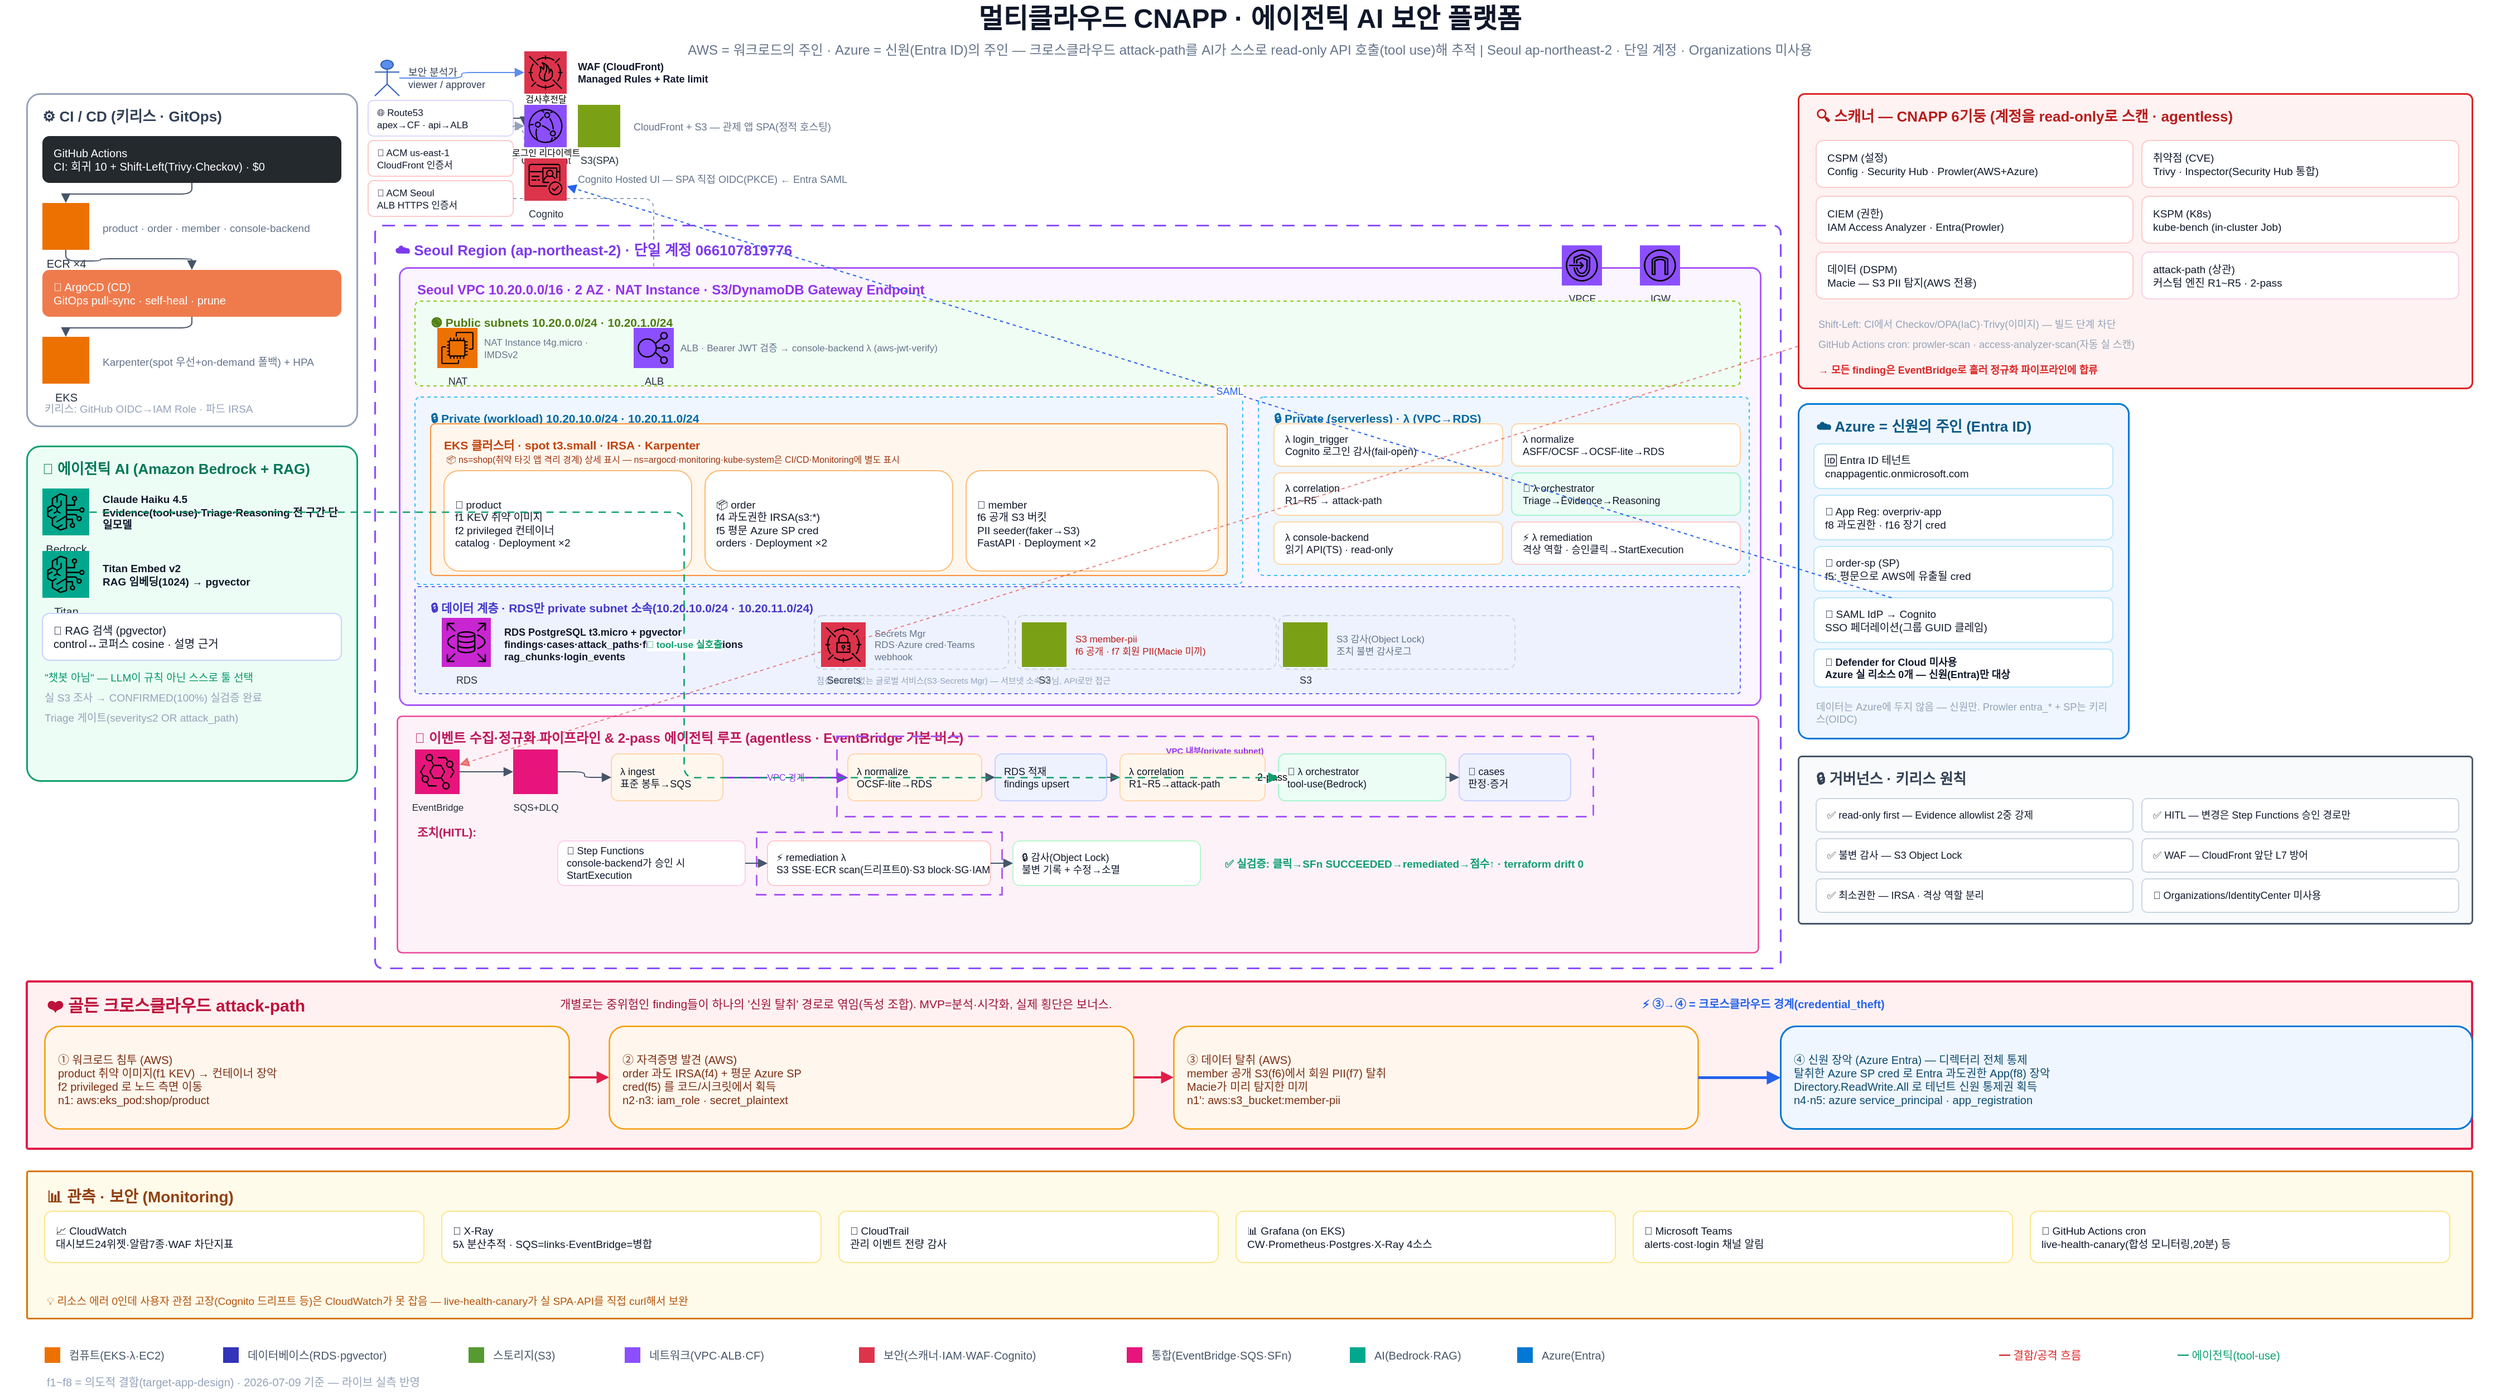
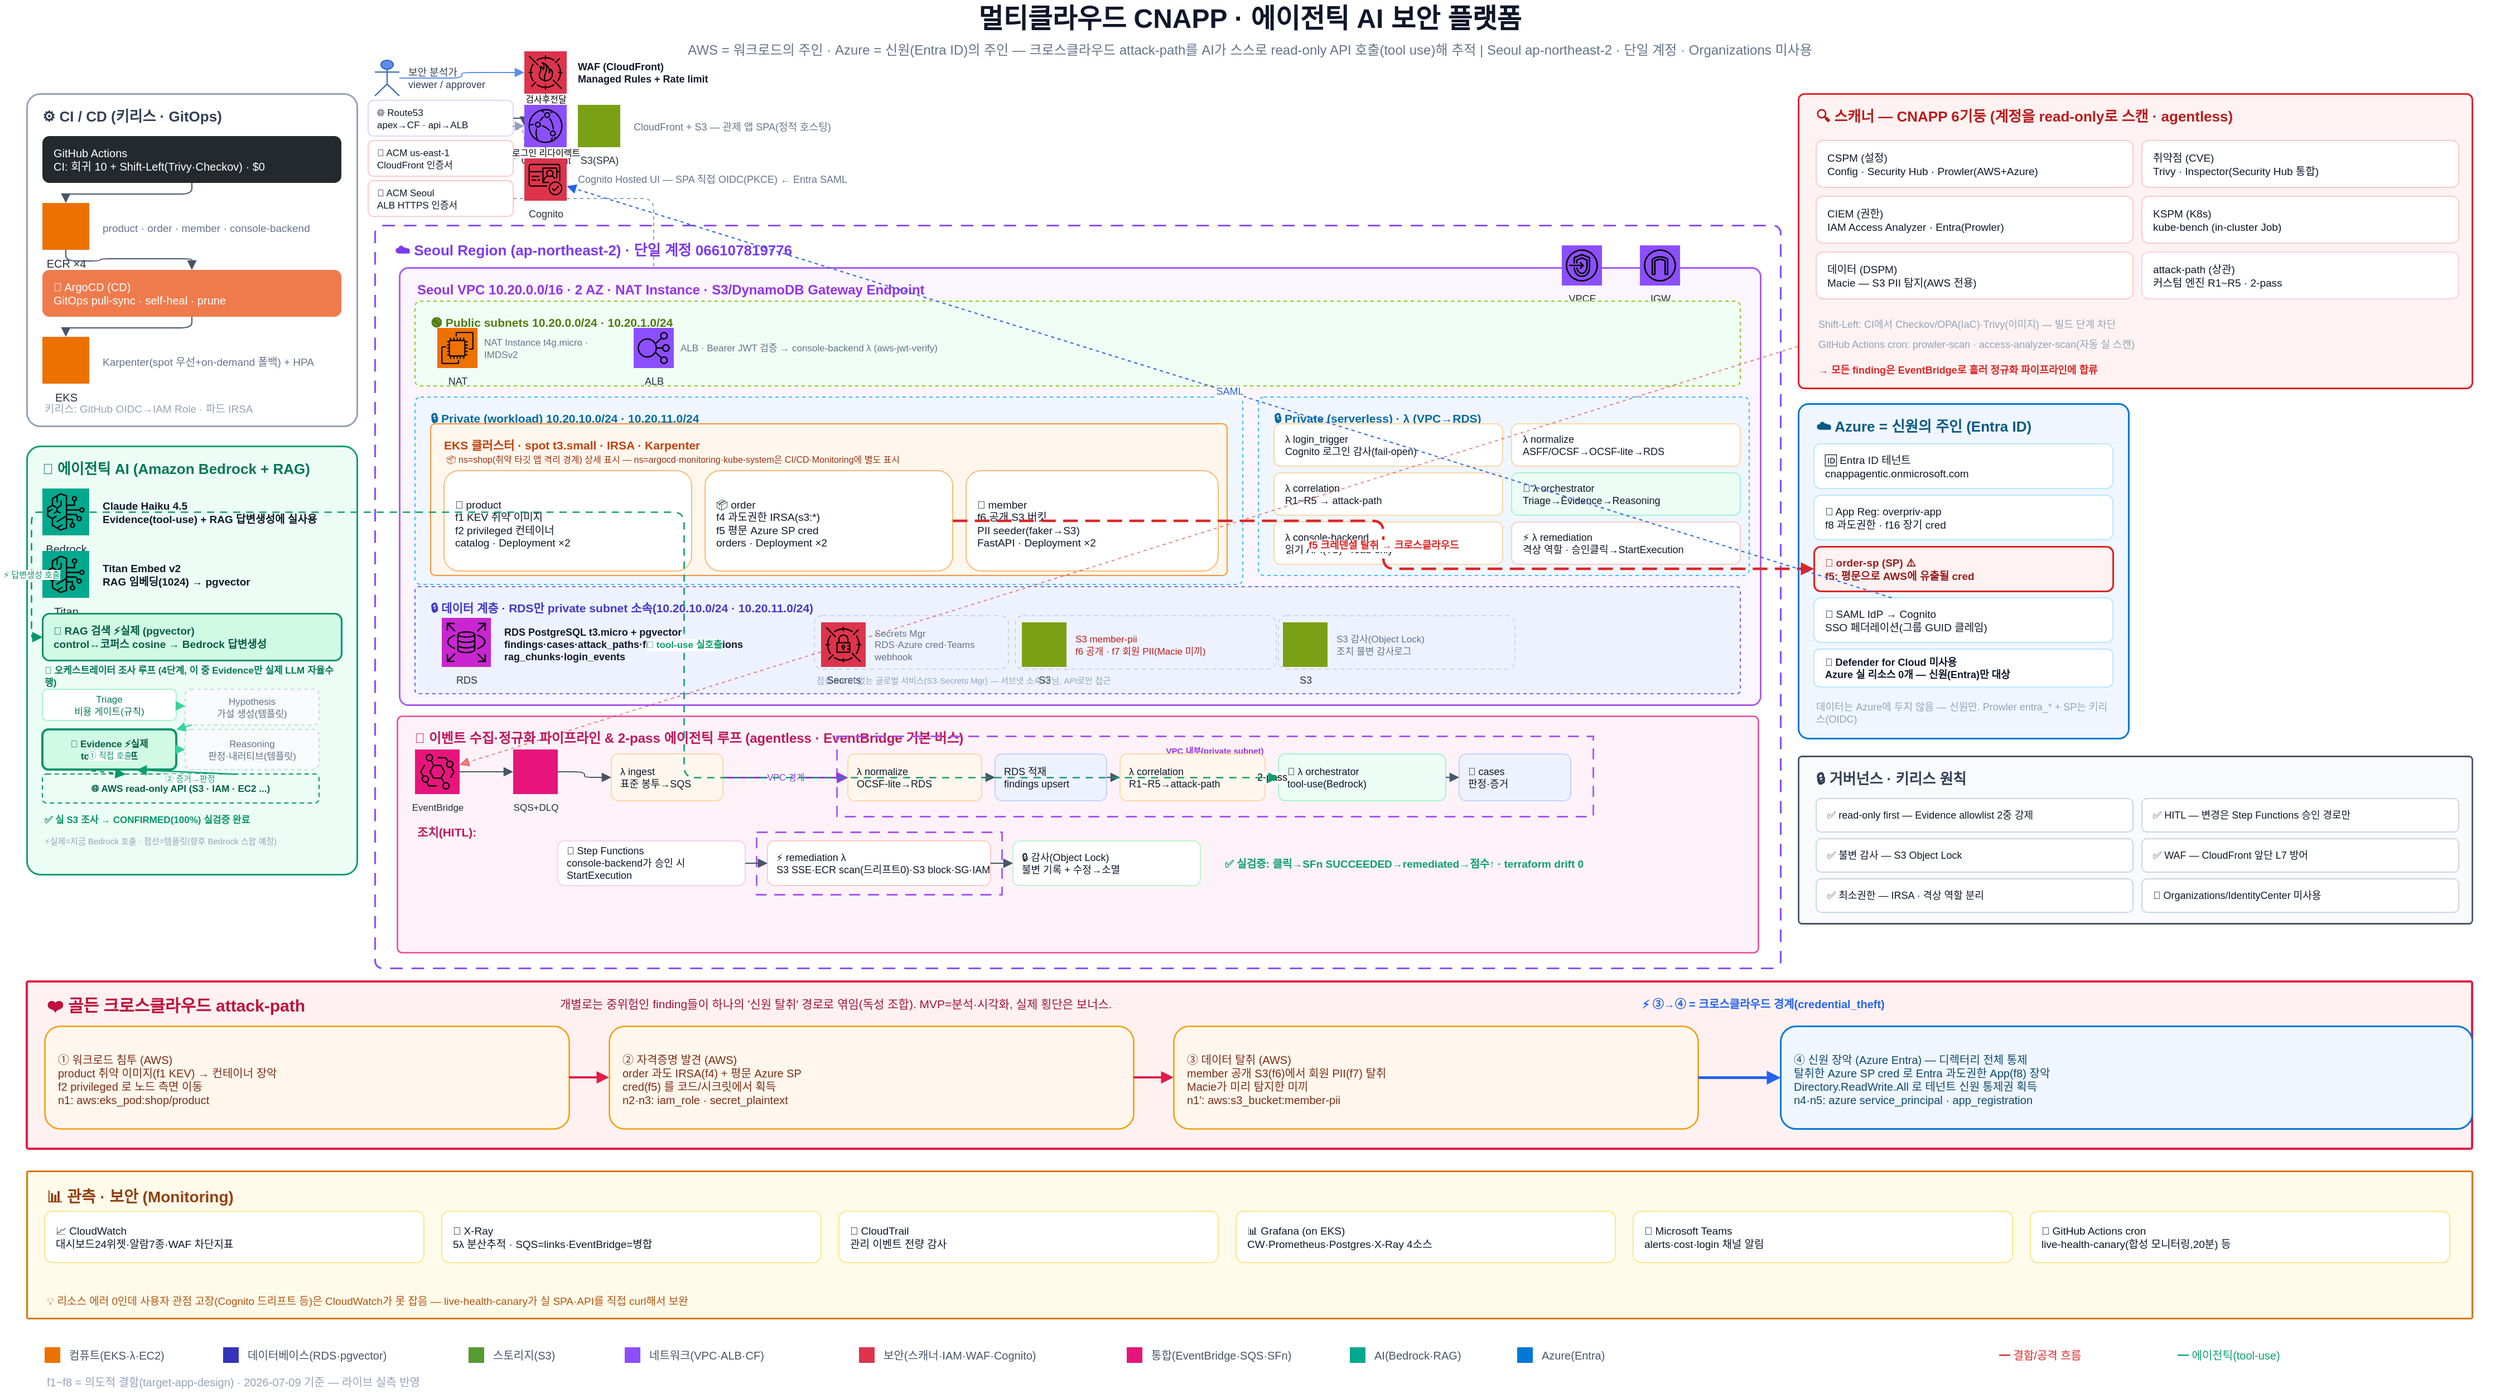
<mxfile host="Electron" agent="claude-code">
  <diagram id="cnapp-overview-v2" name="CNAPP 전체 개요">
-     <mxGraphModel dx="1178" dy="701" grid="1" gridSize="10" guides="1" tooltips="1" connect="1" arrows="1" fold="1" page="1" pageScale="1" pageWidth="2240" pageHeight="1260" math="0" shadow="0">
+     <mxGraphModel dx="544" dy="323" grid="1" gridSize="10" guides="1" tooltips="1" connect="1" arrows="1" fold="1" page="1" pageScale="1" pageWidth="2240" pageHeight="1260" math="0" shadow="0">
      <root>
        <mxCell id="0" />
        <mxCell id="1" parent="0" />
        <mxCell id="title" parent="1" style="text;html=1;fontSize=24;fontStyle=1;align=center;verticalAlign=middle;fontColor=#0F172A;" value="멀티클라우드 CNAPP · 에이전틱 AI 보안 플랫폼" vertex="1">
          <mxGeometry height="34" width="2240" y="4" as="geometry" />
        </mxCell>
        <mxCell id="subtitle" parent="1" style="text;html=1;fontSize=12;align=center;verticalAlign=middle;fontColor=#64748B;" value="AWS = 워크로드의 주인 · Azure = 신원(Entra ID)의 주인 — 크로스클라우드 attack-path를 AI가 스스로 read-only API 호출(tool use)해 추적 | Seoul ap-northeast-2 · 단일 계정 · Organizations 미사용" vertex="1">
          <mxGeometry height="22" width="2240" y="38" as="geometry" />
        </mxCell>
        <mxCell id="Z_CICD" parent="1" style="rounded=1;arcSize=4;whiteSpace=wrap;html=1;fillColor=#FFFFFF;strokeColor=#94A3B8;strokeWidth=1.5;verticalAlign=top;align=left;spacingLeft=12;spacingTop=6;fontStyle=1;fontSize=13;fontColor=#334155;" value="⚙️ CI / CD  (키리스 · GitOps)" vertex="1">
          <mxGeometry height="298" width="296" x="24" y="88" as="geometry" />
        </mxCell>
        <mxCell id="GHA" parent="1" style="rounded=1;whiteSpace=wrap;html=1;fillColor=#24292E;strokeColor=none;fontColor=#FFFFFF;fontSize=10;align=left;spacingLeft=8;" value="GitHub Actions&#xa;CI: 회귀 10 + Shift-Left(Trivy·Checkov) · $0" vertex="1">
          <mxGeometry height="42" width="268" x="38" y="126" as="geometry" />
        </mxCell>
        <mxCell id="ECR" parent="1" style="sketch=0;outlineConnect=0;fontColor=#232F3E;gradientColor=none;fillColor=#ED7100;strokeColor=none;verticalLabelPosition=bottom;verticalAlign=top;align=center;html=1;fontSize=10;aspect=fixed;shape=mxgraph.aws4.resourceIcon;resIcon=mxgraph.aws4.elastic_container_registry;" value="ECR ×4" vertex="1">
          <mxGeometry height="42" width="42" x="38" y="186" as="geometry" />
        </mxCell>
        <mxCell id="ECR_TXT" parent="1" style="text;html=1;whiteSpace=wrap;align=left;verticalAlign=middle;fontSize=9.5;fontColor=#64748B;" value="product · order · member · console-backend" vertex="1">
          <mxGeometry height="24" width="216" x="90" y="196" as="geometry" />
        </mxCell>
        <mxCell id="ARGO" parent="1" style="rounded=1;whiteSpace=wrap;html=1;fillColor=#EF7B4D;strokeColor=none;fontColor=#FFFFFF;fontSize=10;align=left;spacingLeft=8;" value="🚢 ArgoCD (CD)&#xa;GitOps pull-sync · self-heal · prune" vertex="1">
          <mxGeometry height="42" width="268" x="38" y="246" as="geometry" />
        </mxCell>
        <mxCell id="EKS" parent="1" style="sketch=0;outlineConnect=0;fontColor=#232F3E;gradientColor=none;fillColor=#ED7100;strokeColor=none;verticalLabelPosition=bottom;verticalAlign=top;align=center;html=1;fontSize=10;aspect=fixed;shape=mxgraph.aws4.resourceIcon;resIcon=mxgraph.aws4.elastic_kubernetes_service;" value="EKS" vertex="1">
          <mxGeometry height="42" width="42" x="38" y="306" as="geometry" />
        </mxCell>
        <mxCell id="EKS_TXT" parent="1" style="text;html=1;whiteSpace=wrap;align=left;verticalAlign=middle;fontSize=9.5;fontColor=#64748B;" value="Karpenter(spot 우선+on-demand 폴백) + HPA" vertex="1">
          <mxGeometry height="24" width="216" x="90" y="316" as="geometry" />
        </mxCell>
        <mxCell id="CICD_NOTE" parent="1" style="text;html=1;whiteSpace=wrap;align=left;verticalAlign=middle;fontSize=9.5;fontColor=#94A3B8;" value="키리스: GitHub OIDC→IAM Role · 파드 IRSA" vertex="1">
          <mxGeometry height="20" width="268" x="38" y="360" as="geometry" />
        </mxCell>
        <mxCell id="e_c1" edge="1" parent="1" source="GHA" style="edgeStyle=orthogonalEdgeStyle;rounded=1;html=1;endArrow=block;strokeColor=#475569;" target="ECR">
          <mxGeometry relative="1" as="geometry" />
        </mxCell>
        <mxCell id="e_c2" edge="1" parent="1" source="ECR" style="edgeStyle=orthogonalEdgeStyle;rounded=1;html=1;endArrow=block;strokeColor=#475569;" target="ARGO">
          <mxGeometry relative="1" as="geometry" />
        </mxCell>
        <mxCell id="e_c3" edge="1" parent="1" source="ARGO" style="edgeStyle=orthogonalEdgeStyle;rounded=1;html=1;endArrow=block;strokeColor=#475569;" target="EKS">
          <mxGeometry relative="1" as="geometry" />
        </mxCell>
        <mxCell id="Z_AI" parent="1" style="rounded=1;arcSize=4;whiteSpace=wrap;html=1;fillColor=#ECFDF5;strokeColor=#0E9F6E;strokeWidth=1.5;verticalAlign=top;align=left;spacingLeft=12;spacingTop=6;fontStyle=1;fontSize=13;fontColor=#047857;" value="🧠 에이전틱 AI  (Amazon Bedrock + RAG)" vertex="1">
-           <mxGeometry height="300" width="296" x="24" y="404" as="geometry" />
+           <mxGeometry height="384" width="296" x="24" y="404" as="geometry" />
        </mxCell>
        <mxCell id="BR" parent="1" style="sketch=0;outlineConnect=0;fontColor=#232F3E;gradientColor=none;fillColor=#01A88D;strokeColor=none;verticalLabelPosition=bottom;verticalAlign=top;align=center;html=1;fontSize=10;aspect=fixed;shape=mxgraph.aws4.resourceIcon;resIcon=mxgraph.aws4.bedrock;" value="Bedrock" vertex="1">
          <mxGeometry height="42" width="42" x="38" y="442" as="geometry" />
        </mxCell>
-         <mxCell id="BR_TXT" parent="1" style="text;html=1;whiteSpace=wrap;align=left;verticalAlign=middle;fontSize=9.5;fontColor=#0F172A;fontStyle=1;" value="Claude Haiku 4.5&#xa;Evidence(tool-use)·Triage·Reasoning 전 구간 단일모델" vertex="1">
+         <mxCell id="BR_TXT" parent="1" style="text;html=1;whiteSpace=wrap;align=left;verticalAlign=middle;fontSize=9.5;fontColor=#0F172A;fontStyle=1;" value="Claude Haiku 4.5&#xa;Evidence(tool-use) + RAG 답변생성에 실사용" vertex="1">
          <mxGeometry height="46" width="216" x="90" y="440" as="geometry" />
        </mxCell>
        <mxCell id="TITAN" parent="1" style="sketch=0;outlineConnect=0;fontColor=#232F3E;gradientColor=none;fillColor=#01A88D;strokeColor=none;verticalLabelPosition=bottom;verticalAlign=top;align=center;html=1;fontSize=10;aspect=fixed;shape=mxgraph.aws4.resourceIcon;resIcon=mxgraph.aws4.bedrock;" value="Titan" vertex="1">
          <mxGeometry height="42" width="42" x="38" y="498" as="geometry" />
        </mxCell>
        <mxCell id="TITAN_TXT" parent="1" style="text;html=1;whiteSpace=wrap;align=left;verticalAlign=middle;fontSize=9.5;fontColor=#0F172A;fontStyle=1;" value="Titan Embed v2&#xa;RAG 임베딩(1024) → pgvector" vertex="1">
          <mxGeometry height="38" width="216" x="90" y="500" as="geometry" />
        </mxCell>
-         <mxCell id="RAGBOX" parent="1" style="rounded=1;whiteSpace=wrap;html=1;fillColor=#FFFFFF;strokeColor=#C7D2FE;fontColor=#0F172A;fontSize=10;align=left;spacingLeft=8;" value="🔎 RAG 검색 (pgvector)&#xa;control↔코퍼스 cosine · 설명 근거" vertex="1">
+         <mxCell id="RAGBOX" parent="1" style="rounded=1;whiteSpace=wrap;html=1;fillColor=#D1FAE5;strokeColor=#059669;strokeWidth=1.6;fontColor=#065F46;fontStyle=1;fontSize=9.5;align=left;spacingLeft=8;" value="🔎 RAG 검색 ⚡실제 (pgvector)&#xa;control↔코퍼스 cosine → Bedrock 답변생성" vertex="1">
          <mxGeometry height="42" width="268" x="38" y="554" as="geometry" />
        </mxCell>
-         <mxCell id="AI_N1" parent="1" style="text;html=1;whiteSpace=wrap;align=left;verticalAlign=middle;fontSize=9.5;fontColor=#059669;" value="&quot;챗봇 아님&quot; — LLM이 규칙 아닌 스스로 툴 선택" vertex="1">
-           <mxGeometry height="18" width="268" x="38" y="602" as="geometry" />
-         </mxCell>
-         <mxCell id="AI_N2" parent="1" style="text;html=1;whiteSpace=wrap;align=left;verticalAlign=middle;fontSize=9.5;fontColor=#94A3B8;" value="실 S3 조사 → CONFIRMED(100%) 실검증 완료" vertex="1">
-           <mxGeometry height="18" width="268" x="38" y="620" as="geometry" />
-         </mxCell>
-         <mxCell id="AI_N4" parent="1" style="text;html=1;whiteSpace=wrap;align=left;verticalAlign=middle;fontSize=9.5;fontColor=#94A3B8;" value="Triage 게이트(severity≤2 OR attack_path)" vertex="1">
-           <mxGeometry height="18" width="268" x="38" y="638" as="geometry" />
+         <mxCell id="AI_LOOP_TITLE" parent="1" style="text;html=1;whiteSpace=wrap;align=left;verticalAlign=middle;fontSize=8.5;fontStyle=1;fontColor=#047857;" value="🔁 오케스트레이터 조사 루프 (4단계, 이 중 Evidence만 실제 LLM 자율수행)" vertex="1">
+           <mxGeometry height="16" width="268" x="38" y="602" as="geometry" />
+         </mxCell>
+         <mxCell id="AI_TRIAGE" parent="1" style="rounded=1;whiteSpace=wrap;html=1;fillColor=#FFFFFF;strokeColor=#A7F3D0;fontColor=#047857;fontSize=8.5;align=center;verticalAlign=middle;" value="Triage&#xa;비용 게이트(규칙)" vertex="1">
+           <mxGeometry height="28" width="120" x="38" y="622" as="geometry" />
+         </mxCell>
+         <mxCell id="AI_HYPO" parent="1" style="rounded=1;whiteSpace=wrap;html=1;fillColor=#F8FAFC;strokeColor=#CBD5E1;dashed=1;fontColor=#64748B;fontSize=8.5;align=center;verticalAlign=middle;" value="Hypothesis&#xa;가설 생성(템플릿)" vertex="1">
+           <mxGeometry height="32" width="120" x="166" y="622" as="geometry" />
+         </mxCell>
+         <mxCell id="AI_EVID" parent="1" style="rounded=1;whiteSpace=wrap;html=1;fillColor=#D1FAE5;strokeColor=#059669;strokeWidth=2;fontStyle=1;fontColor=#065F46;fontSize=8.5;align=center;verticalAlign=middle;" value="🔧 Evidence ⚡실제&#xa;tool-use 루프" vertex="1">
+           <mxGeometry height="36" width="120" x="38" y="658" as="geometry" />
+         </mxCell>
+         <mxCell id="AI_REASON" parent="1" style="rounded=1;whiteSpace=wrap;html=1;fillColor=#F8FAFC;strokeColor=#CBD5E1;dashed=1;fontColor=#64748B;fontSize=8.5;align=center;verticalAlign=middle;" value="Reasoning&#xa;판정·내러티브(템플릿)" vertex="1">
+           <mxGeometry height="36" width="120" x="166" y="658" as="geometry" />
+         </mxCell>
+         <mxCell id="e_loop1" edge="1" parent="1" source="AI_TRIAGE" style="edgeStyle=none;rounded=0;html=1;endArrow=block;strokeColor=#34D399;strokeWidth=1;" target="AI_HYPO">
+           <mxGeometry relative="1" as="geometry" />
+         </mxCell>
+         <mxCell id="e_loop2" edge="1" parent="1" source="AI_HYPO" style="edgeStyle=none;rounded=0;html=1;endArrow=block;strokeColor=#34D399;strokeWidth=1;" target="AI_EVID">
+           <mxGeometry relative="1" as="geometry" />
+         </mxCell>
+         <mxCell id="e_loop3" edge="1" parent="1" source="AI_EVID" style="edgeStyle=none;rounded=0;html=1;endArrow=block;strokeColor=#34D399;strokeWidth=1;" target="AI_REASON">
+           <mxGeometry relative="1" as="geometry" />
+         </mxCell>
+         <mxCell id="AI_TOOLTARGET" parent="1" style="rounded=1;whiteSpace=wrap;html=1;fillColor=#ECFDF5;strokeColor=#059669;dashed=1;dashPattern=4 3;fontStyle=1;fontColor=#065F46;fontSize=8.5;align=center;verticalAlign=middle;" value="🌐 AWS read-only API (S3 · IAM · EC2 ...)" vertex="1">
+           <mxGeometry height="26" width="248" x="38" y="698" as="geometry" />
+         </mxCell>
+         <mxCell id="e_toolcall" edge="1" parent="1" source="AI_EVID" style="edgeStyle=none;curved=1;rounded=0;html=1;endArrow=block;dashed=1;strokeColor=#059669;strokeWidth=1.3;fontSize=7.5;fontColor=#059669;exitX=0.3;exitY=1;exitDx=0;exitDy=0;entryX=0.3;entryY=0;entryDx=0;entryDy=0;" target="AI_TOOLTARGET" value="① 직접 호출">
+           <mxGeometry relative="1" x="0.1938" y="15" as="geometry">
+             <mxPoint as="offset" />
+           </mxGeometry>
+         </mxCell>
+         <mxCell id="e_toolback" edge="1" parent="1" source="AI_TOOLTARGET" style="edgeStyle=none;curved=1;rounded=0;html=1;endArrow=block;strokeColor=#0E9F6E;strokeWidth=1.3;fontSize=7.5;fontColor=#0E9F6E;exitX=0.7;exitY=0;exitDx=0;exitDy=0;entryX=0.7;entryY=1;entryDx=0;entryDy=0;" target="AI_EVID" value="② 증거→판정">
+           <mxGeometry relative="1" x="-0.0827" y="6" as="geometry">
+             <mxPoint as="offset" />
+           </mxGeometry>
+         </mxCell>
+         <mxCell id="AI_VALID" parent="1" style="text;html=1;whiteSpace=wrap;align=left;verticalAlign=middle;fontSize=8.5;fontStyle=1;fontColor=#059669;" value="✅ 실 S3 조사 → CONFIRMED(100%) 실검증 완료" vertex="1">
+           <mxGeometry height="18" width="268" x="38" y="730" as="geometry" />
+         </mxCell>
+         <mxCell id="AI_LEGEND" parent="1" style="text;html=1;whiteSpace=wrap;align=left;verticalAlign=middle;fontSize=7.5;fontColor=#94A3B8;" value="⚡실제=지금 Bedrock 호출 · 점선=템플릿(향후 Bedrock 스왑 예정)" vertex="1">
+           <mxGeometry height="16" width="268" x="38" y="750" as="geometry" />
+         </mxCell>
+         <mxCell id="e_br_rag" edge="1" parent="1" source="BR" target="RAGBOX" value="⚡ 답변생성 호출" style="edgeStyle=orthogonalEdgeStyle;rounded=1;html=1;endArrow=block;dashed=1;dashPattern=5 4;strokeColor=#059669;strokeWidth=1.3;fontSize=7.5;fontColor=#059669;exitX=0;exitY=0.5;exitDx=0;exitDy=0;entryX=0;entryY=0.5;entryDx=0;entryDy=0;">
+           <mxGeometry relative="1" as="geometry" />
        </mxCell>
        <mxCell id="USER" parent="1" style="shape=umlActor;html=1;outlineConnect=0;fillColor=#5B8DEF;strokeColor=#2B5FB3;" value="" vertex="1">
          <mxGeometry height="32" width="22" x="336" y="58" as="geometry" />
        </mxCell>
        <mxCell id="USER_TXT" parent="1" style="text;html=1;whiteSpace=wrap;align=left;verticalAlign=middle;fontSize=9;fontColor=#334155;" value="보안 분석가&#xa;viewer / approver" vertex="1">
          <mxGeometry height="32" width="100" x="364" y="58" as="geometry" />
        </mxCell>
        <mxCell id="ROUTE53" parent="1" style="rounded=1;whiteSpace=wrap;html=1;fillColor=#FFFFFF;strokeColor=#DDD6FE;fontColor=#0F172A;fontSize=8.5;align=left;spacingLeft=6;verticalAlign=middle;" value="🌐 Route53&#xa;apex→CF · api→ALB" vertex="1">
          <mxGeometry height="32" width="130" x="330" y="94" as="geometry" />
        </mxCell>
        <mxCell id="ACM_CF" parent="1" style="rounded=1;whiteSpace=wrap;html=1;fillColor=#FFFFFF;strokeColor=#FECACA;fontColor=#0F172A;fontSize=8.5;align=left;spacingLeft=6;verticalAlign=middle;" value="📜 ACM us-east-1&#xa;CloudFront 인증서" vertex="1">
          <mxGeometry height="32" width="130" x="330" y="130" as="geometry" />
        </mxCell>
        <mxCell id="ACM_ALB" parent="1" style="rounded=1;whiteSpace=wrap;html=1;fillColor=#FFFFFF;strokeColor=#FECACA;fontColor=#0F172A;fontSize=8.5;align=left;spacingLeft=6;verticalAlign=middle;" value="📜 ACM Seoul&#xa;ALB HTTPS 인증서" vertex="1">
          <mxGeometry height="32" width="130" x="330" y="166" as="geometry" />
        </mxCell>
        <mxCell id="e_r53_cf" edge="1" parent="1" source="ROUTE53" style="edgeStyle=orthogonalEdgeStyle;rounded=1;html=1;endArrow=block;strokeColor=#475569;" target="CF">
          <mxGeometry relative="1" as="geometry" />
        </mxCell>
        <mxCell id="e_acmcf_cf" edge="1" parent="1" source="ACM_CF" style="edgeStyle=orthogonalEdgeStyle;rounded=1;html=1;endArrow=block;dashed=1;strokeColor=#94A3B8;" target="CF">
          <mxGeometry relative="1" as="geometry" />
        </mxCell>
        <mxCell id="e_acmalb_alb" edge="1" parent="1" source="ACM_ALB" style="edgeStyle=orthogonalEdgeStyle;rounded=1;html=1;endArrow=block;dashed=1;strokeColor=#94A3B8;" target="ALB">
          <mxGeometry relative="1" as="geometry" />
        </mxCell>
        <mxCell id="WAF" parent="1" style="sketch=0;outlineConnect=0;fontColor=#232F3E;gradientColor=none;fillColor=#DD344C;strokeColor=none;verticalLabelPosition=bottom;verticalAlign=top;align=center;html=1;fontSize=9;aspect=fixed;shape=mxgraph.aws4.resourceIcon;resIcon=mxgraph.aws4.waf;" value="WAF" vertex="1">
          <mxGeometry height="38" width="38" x="470" y="50" as="geometry" />
        </mxCell>
        <mxCell id="WAF_TXT" parent="1" style="text;html=1;whiteSpace=wrap;align=left;verticalAlign=middle;fontSize=9;fontColor=#0F172A;fontStyle=1;" value="WAF (CloudFront)&#xa;Managed Rules + Rate limit" vertex="1">
          <mxGeometry height="34" width="180" x="516" y="52" as="geometry" />
        </mxCell>
        <mxCell id="CF" parent="1" style="sketch=0;outlineConnect=0;fontColor=#232F3E;gradientColor=none;fillColor=#8C4FFF;strokeColor=none;verticalLabelPosition=bottom;verticalAlign=top;align=center;html=1;fontSize=9;aspect=fixed;shape=mxgraph.aws4.resourceIcon;resIcon=mxgraph.aws4.cloudfront;" value="CloudFront" vertex="1">
          <mxGeometry height="38" width="38" x="470" y="98" as="geometry" />
        </mxCell>
        <mxCell id="SPA" parent="1" style="sketch=0;outlineConnect=0;fontColor=#232F3E;gradientColor=none;fillColor=#7AA116;strokeColor=none;verticalLabelPosition=bottom;verticalAlign=top;align=center;html=1;fontSize=9;aspect=fixed;shape=mxgraph.aws4.resourceIcon;resIcon=mxgraph.aws4.simple_storage_service;" value="S3(SPA)" vertex="1">
          <mxGeometry height="38" width="38" x="518" y="98" as="geometry" />
        </mxCell>
        <mxCell id="CF_TXT" parent="1" style="text;html=1;whiteSpace=wrap;align=left;verticalAlign=middle;fontSize=9;fontColor=#64748B;" value="CloudFront + S3 — 관제 앱 SPA(정적 호스팅)" vertex="1">
          <mxGeometry height="24" width="200" x="566" y="106" as="geometry" />
        </mxCell>
        <mxCell id="COG" parent="1" style="sketch=0;outlineConnect=0;fontColor=#232F3E;gradientColor=none;fillColor=#DD344C;strokeColor=none;verticalLabelPosition=bottom;verticalAlign=top;align=center;html=1;fontSize=9;aspect=fixed;shape=mxgraph.aws4.resourceIcon;resIcon=mxgraph.aws4.cognito;" value="Cognito" vertex="1">
          <mxGeometry height="38" width="38" x="470" y="146" as="geometry" />
        </mxCell>
        <mxCell id="COG_TXT" parent="1" style="text;html=1;whiteSpace=wrap;align=left;verticalAlign=middle;fontSize=9;fontColor=#64748B;" value="Cognito Hosted UI — SPA 직접 OIDC(PKCE) ← Entra SAML" vertex="1">
          <mxGeometry height="38" width="250" x="516" y="146" as="geometry" />
        </mxCell>
        <mxCell id="e_u1" edge="1" parent="1" source="USER" style="edgeStyle=orthogonalEdgeStyle;rounded=1;html=1;endArrow=block;strokeColor=#5B8DEF;fontSize=9;" target="WAF">
          <mxGeometry relative="1" as="geometry" />
        </mxCell>
        <mxCell id="e_u2" edge="1" parent="1" source="WAF" style="edgeStyle=orthogonalEdgeStyle;rounded=1;html=1;endArrow=block;strokeColor=#DD344C;fontSize=8;" target="CF" value="검사후전달">
          <mxGeometry relative="1" as="geometry" />
        </mxCell>
        <mxCell id="e_u3" edge="1" parent="1" source="CF" style="edgeStyle=orthogonalEdgeStyle;rounded=1;html=1;endArrow=block;strokeColor=#475569;fontSize=8;" target="COG" value="로그인 리다이렉트">
          <mxGeometry relative="1" as="geometry" />
        </mxCell>
        <mxCell id="Z_REGION" parent="1" style="rounded=1;arcSize=1;whiteSpace=wrap;html=1;fillColor=none;strokeColor=#8C4FFF;strokeWidth=1.6;dashed=1;dashPattern=7 5;verticalAlign=top;align=left;spacingLeft=16;spacingTop=8;fontStyle=1;fontSize=13;fontColor=#7C3AED;" value="☁️ Seoul Region (ap-northeast-2) · 단일 계정 066107819776" vertex="1">
          <mxGeometry height="666" width="1260" x="336" y="206" as="geometry" />
        </mxCell>
        <mxCell id="Z_VPC" parent="1" style="rounded=1;arcSize=2;whiteSpace=wrap;html=1;fillColor=#FAF5FF;strokeColor=#A855F7;strokeWidth=1.4;verticalAlign=top;align=left;spacingLeft=14;spacingTop=6;fontStyle=1;fontSize=12;fontColor=#9333EA;" value="Seoul VPC 10.20.0.0/16 · 2 AZ · NAT Instance · S3/DynamoDB Gateway Endpoint" vertex="1">
          <mxGeometry height="392" width="1220" x="358" y="244" as="geometry" />
        </mxCell>
        <mxCell id="VPCE" parent="1" style="sketch=0;outlineConnect=0;fontColor=#232F3E;gradientColor=none;fillColor=#8C4FFF;strokeColor=none;verticalLabelPosition=bottom;verticalAlign=top;align=center;html=1;fontSize=9;aspect=fixed;shape=mxgraph.aws4.resourceIcon;resIcon=mxgraph.aws4.endpoints;" value="VPCE" vertex="1">
          <mxGeometry height="36" width="36" x="1400" y="224" as="geometry" />
        </mxCell>
        <mxCell id="IGW" parent="1" style="sketch=0;outlineConnect=0;fontColor=#232F3E;gradientColor=none;fillColor=#8C4FFF;strokeColor=none;verticalLabelPosition=bottom;verticalAlign=top;align=center;html=1;fontSize=9;aspect=fixed;shape=mxgraph.aws4.resourceIcon;resIcon=mxgraph.aws4.internet_gateway;" value="IGW" vertex="1">
          <mxGeometry height="36" width="36" x="1470" y="224" as="geometry" />
        </mxCell>
        <mxCell id="Z_PUB" parent="1" style="rounded=1;arcSize=6;whiteSpace=wrap;html=1;fillColor=#F0FDF4;strokeColor=#84CC16;dashed=1;verticalAlign=top;align=left;spacingLeft=12;spacingTop=6;fontStyle=1;fontSize=10.5;fontColor=#4D7C0F;" value="🟢 Public subnets  10.20.0.0/24 · 10.20.1.0/24" vertex="1">
          <mxGeometry height="76" width="1188" x="372" y="274" as="geometry" />
        </mxCell>
        <mxCell id="NAT" parent="1" style="sketch=0;outlineConnect=0;fontColor=#232F3E;gradientColor=none;fillColor=#ED7100;strokeColor=none;verticalLabelPosition=bottom;verticalAlign=top;align=center;html=1;fontSize=9;aspect=fixed;shape=mxgraph.aws4.resourceIcon;resIcon=mxgraph.aws4.ec2;" value="NAT" vertex="1">
          <mxGeometry height="36" width="36" x="392" y="298" as="geometry" />
        </mxCell>
        <mxCell id="NAT_TXT" parent="1" style="text;html=1;whiteSpace=wrap;align=left;verticalAlign=middle;fontSize=8.5;fontColor=#64748B;" value="NAT Instance t4g.micro · IMDSv2" vertex="1">
          <mxGeometry height="24" width="120" x="432" y="304" as="geometry" />
        </mxCell>
        <mxCell id="ALB" parent="1" style="sketch=0;outlineConnect=0;fontColor=#232F3E;gradientColor=none;fillColor=#8C4FFF;strokeColor=none;verticalLabelPosition=bottom;verticalAlign=top;align=center;html=1;fontSize=9;aspect=fixed;shape=mxgraph.aws4.resourceIcon;resIcon=mxgraph.aws4.elastic_load_balancing;" value="ALB" vertex="1">
          <mxGeometry height="36" width="36" x="568" y="298" as="geometry" />
        </mxCell>
        <mxCell id="ALB_TXT" parent="1" style="text;html=1;whiteSpace=wrap;align=left;verticalAlign=middle;fontSize=8.5;fontColor=#64748B;" value="ALB · Bearer JWT 검증 → console-backend λ (aws-jwt-verify)" vertex="1">
          <mxGeometry height="36" width="240" x="608" y="298" as="geometry" />
        </mxCell>
-         <!-- 클러스터엔 네임스페이스 4개(shop·argocd·monitoring·kube-system) 존재. shop=취약 타깃 앱 격리 경계라
-              여기서 상세 표시, 나머지 3개는 이미 각자 자리(CI/CD·Monitoring)가 있어 중복 표시 안 함
-              (파이프라인 밴드와 동일 원칙: 지금 그리는 경계의 주인공만 상세 표시) -->
        <mxCell id="Z_WORK" parent="1" style="rounded=1;arcSize=3;whiteSpace=wrap;html=1;fillColor=#EFF6FF;strokeColor=#38BDF8;dashed=1;verticalAlign=top;align=left;spacingLeft=12;spacingTop=6;fontStyle=1;fontSize=10.5;fontColor=#0369A1;" value="🔒 Private (workload) 10.20.10.0/24 · 10.20.11.0/24" vertex="1">
          <mxGeometry height="168" width="742" x="372" y="360" as="geometry" />
        </mxCell>
        <mxCell id="Z_EKS2" parent="1" style="rounded=1;arcSize=3;whiteSpace=wrap;html=1;fillColor=#FFF7ED;strokeColor=#FB923C;verticalAlign=top;align=left;spacingLeft=10;spacingTop=6;fontStyle=1;fontSize=10.5;fontColor=#C2410C;" value="EKS 클러스터 · spot t3.small · IRSA · Karpenter" vertex="1">
          <mxGeometry height="136" width="714" x="386" y="384" as="geometry" />
        </mxCell>
        <mxCell id="EKS_NS_NOTE" parent="1" style="text;html=1;whiteSpace=wrap;align=left;verticalAlign=middle;fontSize=8;fontColor=#9A3412;" value="📦 ns=shop(취약 타깃 앱 격리 경계) 상세 표시 — ns=argocd·monitoring·kube-system은 CI/CD·Monitoring에 별도 표시" vertex="1">
          <mxGeometry height="16" width="690" x="398" y="408" as="geometry" />
        </mxCell>
        <mxCell id="POD_PRODUCT" parent="1" style="rounded=1;whiteSpace=wrap;html=1;fillColor=#FFFFFF;strokeColor=#FDBA74;fontColor=#0F172A;fontSize=9.5;align=left;spacingLeft=8;spacingTop=4;" value="🛒 product&#xa;f1 KEV 취약 이미지&#xa;f2 privileged 컨테이너&#xa;catalog · Deployment ×2" vertex="1">
          <mxGeometry height="90" width="222" x="398" y="426" as="geometry" />
        </mxCell>
        <mxCell id="POD_ORDER" parent="1" style="rounded=1;whiteSpace=wrap;html=1;fillColor=#FFFFFF;strokeColor=#FDBA74;fontColor=#0F172A;fontSize=9.5;align=left;spacingLeft=8;spacingTop=4;" value="📦 order&#xa;f4 과도권한 IRSA(s3:*)&#xa;f5 평문 Azure SP cred&#xa;orders · Deployment ×2" vertex="1">
          <mxGeometry height="90" width="222" x="632" y="426" as="geometry" />
        </mxCell>
        <mxCell id="POD_MEMBER" parent="1" style="rounded=1;whiteSpace=wrap;html=1;fillColor=#FFFFFF;strokeColor=#FDBA74;fontColor=#0F172A;fontSize=9.5;align=left;spacingLeft=8;spacingTop=4;" value="👤 member&#xa;f6 공개 S3 버킷&#xa;PII seeder(faker→S3)&#xa;FastAPI · Deployment ×2" vertex="1">
          <mxGeometry height="90" width="226" x="866" y="426" as="geometry" />
        </mxCell>
        <mxCell id="Z_SVLESS" parent="1" style="rounded=1;arcSize=3;whiteSpace=wrap;html=1;fillColor=#EFF6FF;strokeColor=#38BDF8;dashed=1;verticalAlign=top;align=left;spacingLeft=12;spacingTop=6;fontStyle=1;fontSize=10.5;fontColor=#0369A1;" value="🔒 Private (serverless) · λ (VPC→RDS)" vertex="1">
          <mxGeometry height="160" width="440" x="1128" y="360" as="geometry" />
        </mxCell>
        <mxCell id="L_INGEST" parent="1" style="rounded=1;whiteSpace=wrap;html=1;fillColor=#FFFFFF;strokeColor=#FED7AA;fontColor=#0F172A;fontSize=9;align=left;spacingLeft=8;" value="λ login_trigger&#xa;Cognito 로그인 감사(fail-open)" vertex="1">
          <mxGeometry height="38" width="205" x="1142" y="384" as="geometry" />
        </mxCell>
        <mxCell id="L_NORM" parent="1" style="rounded=1;whiteSpace=wrap;html=1;fillColor=#FFFFFF;strokeColor=#FED7AA;fontColor=#0F172A;fontSize=9;align=left;spacingLeft=8;" value="λ normalize&#xa;ASFF/OCSF→OCSF-lite→RDS" vertex="1">
          <mxGeometry height="38" width="205" x="1355" y="384" as="geometry" />
        </mxCell>
        <mxCell id="L_CORR" parent="1" style="rounded=1;whiteSpace=wrap;html=1;fillColor=#FFFFFF;strokeColor=#FED7AA;fontColor=#0F172A;fontSize=9;align=left;spacingLeft=8;" value="λ correlation&#xa;R1~R5 → attack-path" vertex="1">
          <mxGeometry height="38" width="205" x="1142" y="428" as="geometry" />
        </mxCell>
        <mxCell id="L_ORCH" parent="1" style="rounded=1;whiteSpace=wrap;html=1;fillColor=#ECFDF5;strokeColor=#A7F3D0;fontColor=#0F172A;fontSize=9;align=left;spacingLeft=8;" value="🧠 λ orchestrator&#xa;Triage→Evidence→Reasoning" vertex="1">
          <mxGeometry height="38" width="205" x="1355" y="428" as="geometry" />
        </mxCell>
        <mxCell id="L_CBACK" parent="1" style="rounded=1;whiteSpace=wrap;html=1;fillColor=#FFFFFF;strokeColor=#FED7AA;fontColor=#0F172A;fontSize=9;align=left;spacingLeft=8;" value="λ console-backend&#xa;읽기 API(TS) · read-only" vertex="1">
          <mxGeometry height="38" width="205" x="1142" y="472" as="geometry" />
        </mxCell>
        <mxCell id="L_REMED" parent="1" style="rounded=1;whiteSpace=wrap;html=1;fillColor=#FFFFFF;strokeColor=#FECACA;fontColor=#0F172A;fontSize=9;align=left;spacingLeft=8;" value="⚡ λ remediation&#xa;격상 역할 · 승인클릭→StartExecution" vertex="1">
          <mxGeometry height="38" width="205" x="1355" y="472" as="geometry" />
        </mxCell>
        <mxCell id="Z_DATA" parent="1" style="rounded=1;arcSize=3;whiteSpace=wrap;html=1;fillColor=#EEF2FF;strokeColor=#6366F1;dashed=1;verticalAlign=top;align=left;spacingLeft=12;spacingTop=6;fontStyle=1;fontSize=10.5;fontColor=#4338CA;" value="🔒 데이터 계층 · RDS만 private subnet 소속(10.20.10.0/24 · 10.20.11.0/24)" vertex="1">
          <mxGeometry height="96" width="1188" x="372" y="530" as="geometry" />
        </mxCell>
        <mxCell id="RDS" parent="1" style="sketch=0;outlineConnect=0;fontColor=#232F3E;gradientColor=none;fillColor=#C925D1;strokeColor=none;verticalLabelPosition=bottom;verticalAlign=top;align=center;html=1;fontSize=9;aspect=fixed;shape=mxgraph.aws4.resourceIcon;resIcon=mxgraph.aws4.rds;" value="RDS" vertex="1">
          <mxGeometry height="44" width="44" x="396" y="558" as="geometry" />
        </mxCell>
        <mxCell id="RDS_TXT" parent="1" style="text;html=1;whiteSpace=wrap;align=left;verticalAlign=middle;fontSize=9;fontColor=#0F172A;fontStyle=1;" value="RDS PostgreSQL t3.micro + pgvector&#xa;findings·cases·attack_paths·finding_explanations&#xa;rag_chunks·login_events" vertex="1">
          <mxGeometry height="56" width="266" x="450" y="554" as="geometry" />
        </mxCell>
        <mxCell id="SM_WRAP" parent="1" style="rounded=1;whiteSpace=wrap;html=1;fillColor=none;strokeColor=#CBD5E1;dashed=1;dashPattern=4 3;" value="" vertex="1">
          <mxGeometry height="48" width="174" x="730" y="556" as="geometry" />
        </mxCell>
        <mxCell id="SM" parent="1" style="sketch=0;outlineConnect=0;fontColor=#232F3E;gradientColor=none;fillColor=#DD344C;strokeColor=none;verticalLabelPosition=bottom;verticalAlign=top;align=center;html=1;fontSize=9;aspect=fixed;shape=mxgraph.aws4.resourceIcon;resIcon=mxgraph.aws4.secrets_manager;" value="Secrets" vertex="1">
          <mxGeometry height="40" width="40" x="736" y="562" as="geometry" />
        </mxCell>
        <mxCell id="SM_TXT" parent="1" style="text;html=1;whiteSpace=wrap;align=left;verticalAlign=middle;fontSize=8.5;fontColor=#64748B;" value="Secrets Mgr&#xa;RDS·Azure cred·Teams webhook" vertex="1">
          <mxGeometry height="32" width="120" x="782" y="566" as="geometry" />
        </mxCell>
        <mxCell id="S3PII_WRAP" parent="1" style="rounded=1;whiteSpace=wrap;html=1;fillColor=none;strokeColor=#CBD5E1;dashed=1;dashPattern=4 3;" value="" vertex="1">
          <mxGeometry height="48" width="234" x="910" y="556" as="geometry" />
        </mxCell>
        <mxCell id="S3PII" parent="1" style="sketch=0;outlineConnect=0;fontColor=#232F3E;gradientColor=none;fillColor=#7AA116;strokeColor=none;verticalLabelPosition=bottom;verticalAlign=top;align=center;html=1;fontSize=9;aspect=fixed;shape=mxgraph.aws4.resourceIcon;resIcon=mxgraph.aws4.simple_storage_service;" value="S3" vertex="1">
          <mxGeometry height="40" width="40" x="916" y="562" as="geometry" />
        </mxCell>
        <mxCell id="S3PII_TXT" parent="1" style="text;html=1;whiteSpace=wrap;align=left;verticalAlign=middle;fontSize=8.5;fontColor=#B91C1C;" value="S3 member-pii&#xa;f6 공개 · f7 회원 PII(Macie 미끼)" vertex="1">
          <mxGeometry height="32" width="180" x="962" y="566" as="geometry" />
        </mxCell>
        <mxCell id="S3AUDIT_WRAP" parent="1" style="rounded=1;whiteSpace=wrap;html=1;fillColor=none;strokeColor=#CBD5E1;dashed=1;dashPattern=4 3;" value="" vertex="1">
          <mxGeometry height="48" width="212" x="1146" y="556" as="geometry" />
        </mxCell>
        <mxCell id="S3AUDIT" parent="1" style="sketch=0;outlineConnect=0;fontColor=#232F3E;gradientColor=none;fillColor=#7AA116;strokeColor=none;verticalLabelPosition=bottom;verticalAlign=top;align=center;html=1;fontSize=9;aspect=fixed;shape=mxgraph.aws4.resourceIcon;resIcon=mxgraph.aws4.simple_storage_service;" value="S3" vertex="1">
          <mxGeometry height="40" width="40" x="1150" y="562" as="geometry" />
        </mxCell>
        <mxCell id="S3AUDIT_TXT" parent="1" style="text;html=1;whiteSpace=wrap;align=left;verticalAlign=middle;fontSize=8.5;fontColor=#64748B;" value="S3 감사(Object Lock)&#xa;조치 불변 감사로그" vertex="1">
          <mxGeometry height="32" width="160" x="1196" y="566" as="geometry" />
        </mxCell>
        <mxCell id="DATA_NOTE" parent="1" style="text;html=1;whiteSpace=wrap;align=left;verticalAlign=middle;fontSize=7.5;fontColor=#94A3B8;" value="점선 = ENI 없는 글로벌 서비스(S3·Secrets Mgr) — 서브넷 소속 아님, API로만 접근" vertex="1">
          <mxGeometry height="16" width="480" x="730" y="606" as="geometry" />
        </mxCell>
        <mxCell id="Z_PIPE" parent="1" style="rounded=1;arcSize=2;whiteSpace=wrap;html=1;fillColor=#FDF2F8;strokeColor=#EC4899;strokeWidth=1.3;verticalAlign=top;align=left;spacingLeft=14;spacingTop=6;fontStyle=1;fontSize=12;fontColor=#BE185D;" value="🔁 이벤트 수집·정규화 파이프라인 &amp; 2-pass 에이전틱 루프 (agentless · EventBridge 기본 버스)" vertex="1">
          <mxGeometry height="212" width="1220" x="356" y="646" as="geometry" />
        </mxCell>
        <mxCell id="PIPE_VPC_BOX" parent="1" style="rounded=0;whiteSpace=wrap;html=1;fillColor=none;strokeColor=#A855F7;strokeWidth=1.4;dashed=1;dashPattern=7 5;verticalAlign=top;align=center;fontSize=7.5;fontStyle=1;fontColor=#9333EA;spacingTop=2;" value="VPC 내부(private subnet)" vertex="1">
          <mxGeometry height="72" width="678" x="750" y="664" as="geometry" />
        </mxCell>
        <mxCell id="EB2" parent="1" style="sketch=0;outlineConnect=0;fontColor=#232F3E;gradientColor=none;fillColor=#E7157B;strokeColor=none;verticalLabelPosition=bottom;verticalAlign=top;align=center;html=1;fontSize=8.5;aspect=fixed;shape=mxgraph.aws4.resourceIcon;resIcon=mxgraph.aws4.eventbridge;" value="EventBridge" vertex="1">
          <mxGeometry height="40" width="40" x="372" y="676" as="geometry" />
        </mxCell>
        <mxCell id="SQS2" parent="1" style="sketch=0;outlineConnect=0;fontColor=#232F3E;gradientColor=none;fillColor=#E7157B;strokeColor=none;verticalLabelPosition=bottom;verticalAlign=top;align=center;html=1;fontSize=8.5;aspect=fixed;shape=mxgraph.aws4.resourceIcon;resIcon=mxgraph.aws4.simple_queue_service;" value="SQS+DLQ" vertex="1">
          <mxGeometry height="40" width="40" x="460" y="676" as="geometry" />
        </mxCell>
        <mxCell id="P_ING" parent="1" style="rounded=1;whiteSpace=wrap;html=1;fillColor=#FFF7ED;strokeColor=#FED7AA;fontColor=#0F172A;fontSize=9;align=left;spacingLeft=6;" value="λ ingest&#xa;표준 봉투→SQS" vertex="1">
          <mxGeometry height="42" width="100" x="548" y="680" as="geometry" />
        </mxCell>
        <mxCell id="P_NORM" parent="1" style="rounded=1;whiteSpace=wrap;html=1;fillColor=#FFF7ED;strokeColor=#FED7AA;fontColor=#0F172A;fontSize=9;align=left;spacingLeft=6;" value="λ normalize&#xa;OCSF-lite→RDS" vertex="1">
          <mxGeometry height="42" width="120" x="760" y="680" as="geometry" />
        </mxCell>
        <mxCell id="P_RDS" parent="1" style="rounded=1;whiteSpace=wrap;html=1;fillColor=#EEF2FF;strokeColor=#C7D2FE;fontColor=#0F172A;fontSize=9;align=left;spacingLeft=6;" value="RDS 적재&#xa;findings upsert" vertex="1">
          <mxGeometry height="42" width="100" x="892" y="680" as="geometry" />
        </mxCell>
        <mxCell id="P_CORR" parent="1" style="rounded=1;whiteSpace=wrap;html=1;fillColor=#FFF7ED;strokeColor=#FED7AA;fontColor=#0F172A;fontSize=9;align=left;spacingLeft=6;" value="λ correlation&#xa;R1~R5→attack-path" vertex="1">
          <mxGeometry height="42" width="130" x="1004" y="680" as="geometry" />
        </mxCell>
        <mxCell id="P_ORCH" parent="1" style="rounded=1;whiteSpace=wrap;html=1;fillColor=#ECFDF5;strokeColor=#A7F3D0;fontColor=#0F172A;fontSize=9;align=left;spacingLeft=6;" value="🧠 λ orchestrator&#xa;tool-use(Bedrock)" vertex="1">
          <mxGeometry height="42" width="150" x="1146" y="680" as="geometry" />
        </mxCell>
        <mxCell id="P_CASES" parent="1" style="rounded=1;whiteSpace=wrap;html=1;fillColor=#EEF2FF;strokeColor=#C7D2FE;fontColor=#0F172A;fontSize=9;align=left;spacingLeft=6;" value="📁 cases&#xa;판정·증거" vertex="1">
          <mxGeometry height="42" width="100" x="1308" y="680" as="geometry" />
        </mxCell>
        <mxCell id="e_p1" edge="1" parent="1" source="EB2" style="edgeStyle=orthogonalEdgeStyle;rounded=1;html=1;endArrow=block;strokeColor=#475569;" target="SQS2">
          <mxGeometry relative="1" as="geometry" />
        </mxCell>
        <mxCell id="e_p2" edge="1" parent="1" source="SQS2" style="edgeStyle=orthogonalEdgeStyle;rounded=1;html=1;endArrow=block;strokeColor=#475569;" target="P_ING">
          <mxGeometry relative="1" as="geometry" />
        </mxCell>
        <mxCell id="e_p2b" edge="1" parent="1" source="P_ING" style="edgeStyle=orthogonalEdgeStyle;rounded=1;html=1;endArrow=block;strokeColor=#9333EA;strokeWidth=1.6;fontSize=8;fontColor=#9333EA;" target="P_NORM" value="VPC 경계">
          <mxGeometry relative="1" as="geometry" />
        </mxCell>
        <mxCell id="e_p3" edge="1" parent="1" source="P_NORM" style="edgeStyle=orthogonalEdgeStyle;rounded=1;html=1;endArrow=block;strokeColor=#475569;" target="P_RDS">
          <mxGeometry relative="1" as="geometry" />
        </mxCell>
        <mxCell id="e_p4" edge="1" parent="1" source="P_RDS" style="edgeStyle=orthogonalEdgeStyle;rounded=1;html=1;endArrow=block;strokeColor=#475569;" target="P_CORR">
          <mxGeometry relative="1" as="geometry" />
        </mxCell>
        <mxCell id="e_p5" edge="1" parent="1" source="P_CORR" style="edgeStyle=orthogonalEdgeStyle;rounded=1;html=1;endArrow=block;strokeColor=#0E9F6E;strokeWidth=1.5;fontSize=9;" target="P_ORCH" value="2-pass">
          <mxGeometry relative="1" as="geometry" />
        </mxCell>
        <mxCell id="e_p6" edge="1" parent="1" source="P_ORCH" style="edgeStyle=orthogonalEdgeStyle;rounded=1;html=1;endArrow=block;strokeColor=#475569;" target="P_CASES">
          <mxGeometry relative="1" as="geometry" />
        </mxCell>
-         <!-- Bedrock↔orchestrator: 데이터가 지나가는 파이프라인 홉이 아니라 "orchestrator 코드 안에서 Bedrock API를
-              호출한다"는 논리적 관계라 점선(ACM 인증서 연결선과 동일 표기법) -->
-         <mxCell id="e_ai_orch" edge="1" parent="1" source="BR" target="P_ORCH" value="🧠 tool-use 실호출" style="edgeStyle=orthogonalEdgeStyle;rounded=1;html=1;endArrow=block;dashed=1;dashPattern=5 4;strokeColor=#0E9F6E;strokeWidth=1.3;fontSize=8.5;fontColor=#0E9F6E;fontStyle=1;exitX=1;exitY=0.5;entryX=0;entryY=0.5;">
+         <mxCell id="e_ai_orch" edge="1" parent="1" source="BR" style="edgeStyle=orthogonalEdgeStyle;rounded=1;html=1;endArrow=block;dashed=1;dashPattern=5 4;strokeColor=#0E9F6E;strokeWidth=1.3;fontSize=8.5;fontColor=#0E9F6E;fontStyle=1;exitX=1;exitY=0.5;entryX=0;entryY=0.5;" target="P_ORCH" value="🧠 tool-use 실호출">
          <mxGeometry relative="1" as="geometry" />
        </mxCell>
        <mxCell id="HITL_LABEL" parent="1" style="text;html=1;whiteSpace=wrap;align=left;verticalAlign=middle;fontSize=10.5;fontColor=#BE185D;fontStyle=1;" value="조치(HITL):" vertex="1">
          <mxGeometry height="20" width="120" x="372" y="740" as="geometry" />
        </mxCell>
        <mxCell id="SFN2" parent="1" style="rounded=1;whiteSpace=wrap;html=1;fillColor=#FFFFFF;strokeColor=#FBCFE8;fontColor=#0F172A;fontSize=9;align=left;spacingLeft=6;" value="🔀 Step Functions&#xa;console-backend가 승인 시 StartExecution" vertex="1">
          <mxGeometry height="40" width="168" x="500" y="758" as="geometry" />
        </mxCell>
        <mxCell id="HITL_VPC_BOX" parent="1" style="rounded=0;whiteSpace=wrap;html=1;fillColor=none;strokeColor=#A855F7;strokeWidth=1.4;dashed=1;dashPattern=7 5;" value="" vertex="1">
          <mxGeometry height="56" width="220" x="678" y="750" as="geometry" />
        </mxCell>
        <mxCell id="REMED2" parent="1" style="rounded=1;whiteSpace=wrap;html=1;fillColor=#FFFFFF;strokeColor=#FECACA;fontColor=#0F172A;fontSize=9;align=left;spacingLeft=6;" value="⚡ remediation λ&#xa;S3 SSE·ECR scan(드리프트0)·S3 block·SG·IAM" vertex="1">
          <mxGeometry height="40" width="200" x="688" y="758" as="geometry" />
        </mxCell>
        <mxCell id="AUDIT2" parent="1" style="rounded=1;whiteSpace=wrap;html=1;fillColor=#FFFFFF;strokeColor=#BBF7D0;fontColor=#0F172A;fontSize=9;align=left;spacingLeft=6;" value="🔒 감사(Object Lock)&#xa;불변 기록 + 수정→소멸" vertex="1">
          <mxGeometry height="40" width="168" x="908" y="758" as="geometry" />
        </mxCell>
        <mxCell id="e_h1" edge="1" parent="1" source="SFN2" style="edgeStyle=orthogonalEdgeStyle;rounded=1;html=1;endArrow=block;strokeColor=#475569;" target="REMED2">
          <mxGeometry relative="1" as="geometry" />
        </mxCell>
        <mxCell id="e_h2" edge="1" parent="1" source="REMED2" style="edgeStyle=orthogonalEdgeStyle;rounded=1;html=1;endArrow=block;strokeColor=#475569;" target="AUDIT2">
          <mxGeometry relative="1" as="geometry" />
        </mxCell>
        <mxCell id="HITL_NOTE" parent="1" style="text;html=1;whiteSpace=wrap;align=left;verticalAlign=middle;fontSize=9.5;fontColor=#0E9F6E;fontStyle=1;" value="✅ 실검증: 클릭→SFn SUCCEEDED→remediated→점수↑ · terraform drift 0" vertex="1">
          <mxGeometry height="32" width="470" x="1096" y="762" as="geometry" />
        </mxCell>
        <mxCell id="Z_SCAN" parent="1" style="rounded=1;arcSize=2;whiteSpace=wrap;html=1;fillColor=#FEF2F2;strokeColor=#DC2626;strokeWidth=1.5;verticalAlign=top;align=left;spacingLeft=14;spacingTop=6;fontStyle=1;fontSize=13;fontColor=#B91C1C;" value="🔍 스캐너 — CNAPP 6기둥 (계정을 read-only로 스캔 · agentless)" vertex="1">
          <mxGeometry height="264" width="604" x="1612" y="88" as="geometry" />
        </mxCell>
        <mxCell id="S_CSPM" parent="1" style="rounded=1;whiteSpace=wrap;html=1;fillColor=#FFFFFF;strokeColor=#FECACA;fontColor=#0F172A;fontSize=9.5;align=left;spacingLeft=8;" value="CSPM (설정)&#xa;Config · Security Hub · Prowler(AWS+Azure)" vertex="1">
          <mxGeometry height="42" width="284" x="1628" y="130" as="geometry" />
        </mxCell>
        <mxCell id="S_VULN" parent="1" style="rounded=1;whiteSpace=wrap;html=1;fillColor=#FFFFFF;strokeColor=#FECACA;fontColor=#0F172A;fontSize=9.5;align=left;spacingLeft=8;" value="취약점 (CVE)&#xa;Trivy · Inspector(Security Hub 통합)" vertex="1">
          <mxGeometry height="42" width="284" x="1920" y="130" as="geometry" />
        </mxCell>
        <mxCell id="S_CIEM" parent="1" style="rounded=1;whiteSpace=wrap;html=1;fillColor=#FFFFFF;strokeColor=#FECACA;fontColor=#0F172A;fontSize=9.5;align=left;spacingLeft=8;" value="CIEM (권한)&#xa;IAM Access Analyzer · Entra(Prowler)" vertex="1">
          <mxGeometry height="42" width="284" x="1628" y="180" as="geometry" />
        </mxCell>
        <mxCell id="S_KSPM" parent="1" style="rounded=1;whiteSpace=wrap;html=1;fillColor=#FFFFFF;strokeColor=#FECACA;fontColor=#0F172A;fontSize=9.5;align=left;spacingLeft=8;" value="KSPM (K8s)&#xa;kube-bench (in-cluster Job)" vertex="1">
          <mxGeometry height="42" width="284" x="1920" y="180" as="geometry" />
        </mxCell>
        <mxCell id="S_DATA" parent="1" style="rounded=1;whiteSpace=wrap;html=1;fillColor=#FFFFFF;strokeColor=#FECACA;fontColor=#0F172A;fontSize=9.5;align=left;spacingLeft=8;" value="데이터 (DSPM)&#xa;Macie — S3 PII 탐지(AWS 전용)" vertex="1">
          <mxGeometry height="42" width="284" x="1628" y="230" as="geometry" />
        </mxCell>
        <mxCell id="S_ATTACKPATH" parent="1" style="rounded=1;whiteSpace=wrap;html=1;fillColor=#FFFFFF;strokeColor=#FBCFE8;fontColor=#0F172A;fontSize=9.5;align=left;spacingLeft=8;" value="attack-path (상관)&#xa;커스텀 엔진 R1~R5 · 2-pass" vertex="1">
          <mxGeometry height="42" width="284" x="1920" y="230" as="geometry" />
        </mxCell>
        <mxCell id="SCAN_NOTE1" parent="1" style="text;html=1;whiteSpace=wrap;align=left;verticalAlign=middle;fontSize=9;fontColor=#94A3B8;" value="Shift-Left: CI에서 Checkov/OPA(IaC)·Trivy(이미지) — 빌드 단계 차단" vertex="1">
          <mxGeometry height="18" width="576" x="1628" y="286" as="geometry" />
        </mxCell>
        <mxCell id="SCAN_NOTE2" parent="1" style="text;html=1;whiteSpace=wrap;align=left;verticalAlign=middle;fontSize=9;fontColor=#94A3B8;" value="GitHub Actions cron: prowler-scan · access-analyzer-scan(자동 실 스캔)" vertex="1">
          <mxGeometry height="18" width="576" x="1628" y="304" as="geometry" />
        </mxCell>
        <mxCell id="SCAN_NOTE3" parent="1" style="text;html=1;whiteSpace=wrap;align=left;verticalAlign=middle;fontSize=9;fontColor=#DC2626;fontStyle=1;" value="→ 모든 finding은 EventBridge로 흘러 정규화 파이프라인에 합류" vertex="1">
          <mxGeometry height="20" width="576" x="1628" y="326" as="geometry" />
        </mxCell>
        <mxCell id="Z_AZURE" parent="1" style="rounded=1;arcSize=3;whiteSpace=wrap;html=1;fillColor=#EFF6FF;strokeColor=#0078D4;strokeWidth=1.5;verticalAlign=top;align=left;spacingLeft=14;spacingTop=6;fontStyle=1;fontSize=13;fontColor=#075985;" value="☁️ Azure = 신원의 주인 (Entra ID)" vertex="1">
          <mxGeometry height="300" width="296" x="1612" y="366" as="geometry" />
        </mxCell>
        <mxCell id="ENTRA2" parent="1" style="rounded=1;whiteSpace=wrap;html=1;fillColor=#FFFFFF;strokeColor=#BAE6FD;fontColor=#0F172A;fontSize=9.5;align=left;spacingLeft=8;" value="🆔 Entra ID 테넌트&#xa;cnappagentic.onmicrosoft.com" vertex="1">
          <mxGeometry height="40" width="268" x="1626" y="402" as="geometry" />
        </mxCell>
        <mxCell id="APPREG2" parent="1" style="rounded=1;whiteSpace=wrap;html=1;fillColor=#FFFFFF;strokeColor=#BAE6FD;fontColor=#0F172A;fontSize=9.5;align=left;spacingLeft=8;" value="🧩 App Reg: overpriv-app&#xa;f8 과도권한 · f16 장기 cred" vertex="1">
          <mxGeometry height="40" width="268" x="1626" y="448" as="geometry" />
        </mxCell>
-         <mxCell id="ORDERSP" parent="1" style="rounded=1;whiteSpace=wrap;html=1;fillColor=#FFFFFF;strokeColor=#BAE6FD;fontColor=#0F172A;fontSize=9.5;align=left;spacingLeft=8;" value="🔑 order-sp (SP)&#xa;f5: 평문으로 AWS에 유출될 cred" vertex="1">
+         <mxCell id="ORDERSP" parent="1" style="rounded=1;whiteSpace=wrap;html=1;fillColor=#FEF2F2;strokeColor=#DC2626;strokeWidth=1.6;fontColor=#991B1B;fontStyle=1;fontSize=9.5;align=left;spacingLeft=8;" value="🔑 order-sp (SP) ⚠️&#xa;f5: 평문으로 AWS에 유출될 cred" vertex="1">
          <mxGeometry height="40" width="268" x="1626" y="494" as="geometry" />
+         </mxCell>
+         <mxCell id="e_crosscloud" edge="1" parent="1" source="POD_ORDER" target="ORDERSP" value="f5 크레덴셜 탈취 → 크로스클라우드" style="edgeStyle=orthogonalEdgeStyle;rounded=1;html=1;endArrow=block;dashed=1;dashPattern=6 3;strokeColor=#DC2626;strokeWidth=2.2;fontSize=9;fontColor=#DC2626;fontStyle=1;exitX=1;exitY=0.5;exitDx=0;exitDy=0;entryX=0;entryY=0.5;entryDx=0;entryDy=0;">
+           <mxGeometry relative="1" as="geometry" />
        </mxCell>
        <mxCell id="SAMLIDP" parent="1" style="rounded=1;whiteSpace=wrap;html=1;fillColor=#FFFFFF;strokeColor=#BAE6FD;fontColor=#0F172A;fontSize=9.5;align=left;spacingLeft=8;" value="🎫 SAML IdP → Cognito&#xa;SSO 페더레이션(그룹 GUID 클레임)" vertex="1">
          <mxGeometry height="40" width="268" x="1626" y="540" as="geometry" />
        </mxCell>
        <mxCell id="DEFENDER_EXCL" parent="1" style="rounded=1;whiteSpace=wrap;html=1;fillColor=#FFFFFF;strokeColor=#BAE6FD;fontColor=#0F172A;fontSize=9;fontStyle=1;align=left;spacingLeft=8;" value="🚫 Defender for Cloud 미사용&#xa;Azure 실 리소스 0개 — 신원(Entra)만 대상" vertex="1">
          <mxGeometry height="34" width="268" x="1626" y="586" as="geometry" />
        </mxCell>
        <mxCell id="AZURE_NOTE" parent="1" style="text;html=1;whiteSpace=wrap;align=left;verticalAlign=middle;fontSize=9;fontColor=#94A3B8;" value="데이터는 Azure에 두지 않음 — 신원만. Prowler entra_* + SP는 키리스(OIDC)" vertex="1">
          <mxGeometry height="30" width="268" x="1626" y="628" as="geometry" />
        </mxCell>
        <mxCell id="e_saml" edge="1" parent="1" source="SAMLIDP" style="edgeStyle=none;rounded=0;html=1;endArrow=block;dashed=1;strokeColor=#2563EB;fontSize=9;fontColor=#2563EB;" target="COG" value="SAML">
          <mxGeometry relative="1" as="geometry" />
        </mxCell>
        <mxCell id="Z_GOV" parent="1" style="rounded=1;arcSize=2;whiteSpace=wrap;html=1;fillColor=#F8FAFC;strokeColor=#475569;strokeWidth=1.4;verticalAlign=top;align=left;spacingLeft=14;spacingTop=6;fontStyle=1;fontSize=13;fontColor=#334155;" value="🔒 거버넌스 · 키리스 원칙" vertex="1">
          <mxGeometry height="150" width="604" x="1612" y="682" as="geometry" />
        </mxCell>
        <mxCell id="G1" parent="1" style="rounded=1;whiteSpace=wrap;html=1;fillColor=#FFFFFF;strokeColor=#CBD5E1;fontColor=#0F172A;fontSize=9;align=left;spacingLeft=8;verticalAlign=middle;" value="✅ read-only first — Evidence allowlist 2중 강제" vertex="1">
          <mxGeometry height="30" width="284" x="1628" y="720" as="geometry" />
        </mxCell>
        <mxCell id="G2" parent="1" style="rounded=1;whiteSpace=wrap;html=1;fillColor=#FFFFFF;strokeColor=#CBD5E1;fontColor=#0F172A;fontSize=9;align=left;spacingLeft=8;verticalAlign=middle;" value="✅ HITL — 변경은 Step Functions 승인 경로만" vertex="1">
          <mxGeometry height="30" width="284" x="1920" y="720" as="geometry" />
        </mxCell>
        <mxCell id="G3" parent="1" style="rounded=1;whiteSpace=wrap;html=1;fillColor=#FFFFFF;strokeColor=#CBD5E1;fontColor=#0F172A;fontSize=9;align=left;spacingLeft=8;verticalAlign=middle;" value="✅ 불변 감사 — S3 Object Lock" vertex="1">
          <mxGeometry height="30" width="284" x="1628" y="756" as="geometry" />
        </mxCell>
        <mxCell id="G4" parent="1" style="rounded=1;whiteSpace=wrap;html=1;fillColor=#FFFFFF;strokeColor=#CBD5E1;fontColor=#0F172A;fontSize=9;align=left;spacingLeft=8;verticalAlign=middle;" value="✅ WAF — CloudFront 앞단 L7 방어" vertex="1">
          <mxGeometry height="30" width="284" x="1920" y="756" as="geometry" />
        </mxCell>
        <mxCell id="G5" parent="1" style="rounded=1;whiteSpace=wrap;html=1;fillColor=#FFFFFF;strokeColor=#CBD5E1;fontColor=#0F172A;fontSize=9;align=left;spacingLeft=8;verticalAlign=middle;" value="✅ 최소권한 — IRSA · 격상 역할 분리" vertex="1">
          <mxGeometry height="30" width="284" x="1628" y="792" as="geometry" />
        </mxCell>
        <mxCell id="G6" parent="1" style="rounded=1;whiteSpace=wrap;html=1;fillColor=#FFFFFF;strokeColor=#CBD5E1;fontColor=#0F172A;fontSize=9;align=left;spacingLeft=8;verticalAlign=middle;" value="🚫 Organizations/IdentityCenter 미사용" vertex="1">
          <mxGeometry height="30" width="284" x="1920" y="792" as="geometry" />
        </mxCell>
        <mxCell id="Z_GOLDEN" parent="1" style="rounded=1;arcSize=1;whiteSpace=wrap;html=1;fillColor=#FFF1F2;strokeColor=#E11D48;strokeWidth=2;" value="" vertex="1">
          <mxGeometry height="150" width="2192" x="24" y="884" as="geometry" />
        </mxCell>
        <mxCell id="GOLDEN_TITLE" parent="1" style="text;html=1;whiteSpace=wrap;align=left;verticalAlign=middle;fontSize=15;fontStyle=1;fontColor=#BE123C;" value="❤️ 골든 크로스클라우드 attack-path" vertex="1">
          <mxGeometry height="26" width="500" x="40" y="892" as="geometry" />
        </mxCell>
        <mxCell id="GOLDEN_SUB" parent="1" style="text;html=1;whiteSpace=wrap;align=left;verticalAlign=middle;fontSize=10.5;fontColor=#9F1239;" value="개별로는 중위험인 finding들이 하나의 &#39;신원 탈취&#39; 경로로 엮임(독성 조합). MVP=분석·시각화, 실제 횡단은 보너스." vertex="1">
          <mxGeometry height="20" width="900" x="500" y="894" as="geometry" />
        </mxCell>
        <mxCell id="GOLDEN_BOUND" parent="1" style="text;html=1;whiteSpace=wrap;align=left;verticalAlign=middle;fontSize=10;fontStyle=1;fontColor=#2563EB;" value="⚡ ③→④ = 크로스클라우드 경계(credential_theft)" vertex="1">
          <mxGeometry height="20" width="400" x="1470" y="894" as="geometry" />
        </mxCell>
        <mxCell id="G_S1" parent="1" style="rounded=1;whiteSpace=wrap;html=1;fillColor=#FFF7ED;strokeColor=#F59E0B;strokeWidth=1.3;fontColor=#7C2D12;fontSize=10;align=left;spacingLeft=10;spacingTop=4;" value="① 워크로드 침투 (AWS)&#xa;product 취약 이미지(f1 KEV) → 컨테이너 장악&#xa;f2 privileged 로 노드 측면 이동&#xa;n1: aws:eks_pod:shop/product" vertex="1">
          <mxGeometry height="92" width="470" x="40" y="924" as="geometry" />
        </mxCell>
        <mxCell id="G_S2" parent="1" style="rounded=1;whiteSpace=wrap;html=1;fillColor=#FFF7ED;strokeColor=#F59E0B;strokeWidth=1.3;fontColor=#7C2D12;fontSize=10;align=left;spacingLeft=10;spacingTop=4;" value="② 자격증명 발견 (AWS)&#xa;order 과도 IRSA(f4) + 평문 Azure SP&#xa;cred(f5) 를 코드/시크릿에서 획득&#xa;n2·n3: iam_role · secret_plaintext" vertex="1">
          <mxGeometry height="92" width="470" x="546" y="924" as="geometry" />
        </mxCell>
        <mxCell id="G_S3" parent="1" style="rounded=1;whiteSpace=wrap;html=1;fillColor=#FFF7ED;strokeColor=#F59E0B;strokeWidth=1.3;fontColor=#7C2D12;fontSize=10;align=left;spacingLeft=10;spacingTop=4;" value="③ 데이터 탈취 (AWS)&#xa;member 공개 S3(f6)에서 회원 PII(f7) 탈취&#xa;Macie가 미리 탐지한 미끼&#xa;n1&#39;: aws:s3_bucket:member-pii" vertex="1">
          <mxGeometry height="92" width="470" x="1052" y="924" as="geometry" />
        </mxCell>
        <mxCell id="G_S4" parent="1" style="rounded=1;whiteSpace=wrap;html=1;fillColor=#EFF6FF;strokeColor=#0078D4;strokeWidth=1.5;fontColor=#0C4A6E;fontSize=10;align=left;spacingLeft=10;spacingTop=4;" value="④ 신원 장악 (Azure Entra) — 디렉터리 전체 통제&#xa;탈취한 Azure SP cred 로 Entra 과도권한 App(f8) 장악&#xa;Directory.ReadWrite.All 로 테넌트 신원 통제권 획득&#xa;n4·n5: azure service_principal · app_registration" vertex="1">
          <mxGeometry height="92" width="620" x="1596" y="924" as="geometry" />
        </mxCell>
        <mxCell id="e_g1" edge="1" parent="1" source="G_S1" style="edgeStyle=none;rounded=0;html=1;endArrow=block;strokeColor=#E11D48;strokeWidth=2;" target="G_S2">
          <mxGeometry relative="1" as="geometry" />
        </mxCell>
        <mxCell id="e_g2" edge="1" parent="1" source="G_S2" style="edgeStyle=none;rounded=0;html=1;endArrow=block;strokeColor=#E11D48;strokeWidth=2;" target="G_S3">
          <mxGeometry relative="1" as="geometry" />
        </mxCell>
        <mxCell id="e_g3" edge="1" parent="1" source="G_S3" style="edgeStyle=none;rounded=0;html=1;endArrow=block;strokeColor=#2563EB;strokeWidth=2.5;" target="G_S4">
          <mxGeometry relative="1" as="geometry" />
        </mxCell>
        <mxCell id="e_scan_flow" edge="1" parent="1" source="Z_SCAN" style="edgeStyle=none;rounded=0;html=1;endArrow=block;dashed=1;strokeColor=#DC2626;opacity=55;" target="EB2">
          <mxGeometry relative="1" as="geometry" />
        </mxCell>
        <mxCell id="Z_MON2" parent="1" style="rounded=1;arcSize=1;whiteSpace=wrap;html=1;fillColor=#FFFBEB;strokeColor=#D97706;strokeWidth=1.6;verticalAlign=top;align=left;spacingLeft=16;spacingTop=8;fontStyle=1;fontSize=14;fontColor=#92400E;" value="📊 관측 · 보안 (Monitoring)" vertex="1">
          <mxGeometry height="132" width="2192" x="24" y="1054" as="geometry" />
        </mxCell>
        <mxCell id="M_CW" parent="1" style="rounded=1;whiteSpace=wrap;html=1;fillColor=#FFFFFF;strokeColor=#FDE68A;fontColor=#0F172A;fontSize=9.5;align=left;spacingLeft=8;" value="📈 CloudWatch&#xa;대시보드24위젯·알람7종·WAF 차단지표" vertex="1">
          <mxGeometry height="46" width="340" x="40" y="1090" as="geometry" />
        </mxCell>
        <mxCell id="M_XRAY" parent="1" style="rounded=1;whiteSpace=wrap;html=1;fillColor=#FFFFFF;strokeColor=#FDE68A;fontColor=#0F172A;fontSize=9.5;align=left;spacingLeft=8;" value="🩻 X-Ray&#xa;5λ 분산추적 · SQS=links·EventBridge=병합" vertex="1">
          <mxGeometry height="46" width="340" x="396" y="1090" as="geometry" />
        </mxCell>
        <mxCell id="M_CT" parent="1" style="rounded=1;whiteSpace=wrap;html=1;fillColor=#FFFFFF;strokeColor=#FDE68A;fontColor=#0F172A;fontSize=9.5;align=left;spacingLeft=8;" value="📜 CloudTrail&#xa;관리 이벤트 전량 감사" vertex="1">
          <mxGeometry height="46" width="340" x="752" y="1090" as="geometry" />
        </mxCell>
        <mxCell id="M_GRAF" parent="1" style="rounded=1;whiteSpace=wrap;html=1;fillColor=#FFFFFF;strokeColor=#FDE68A;fontColor=#0F172A;fontSize=9.5;align=left;spacingLeft=8;" value="📊 Grafana (on EKS)&#xa;CW·Prometheus·Postgres·X-Ray 4소스" vertex="1">
          <mxGeometry height="46" width="340" x="1108" y="1090" as="geometry" />
        </mxCell>
        <mxCell id="M_TEAMS" parent="1" style="rounded=1;whiteSpace=wrap;html=1;fillColor=#FFFFFF;strokeColor=#FDE68A;fontColor=#0F172A;fontSize=9.5;align=left;spacingLeft=8;" value="💬 Microsoft Teams&#xa;alerts·cost·login 채널 알림" vertex="1">
          <mxGeometry height="46" width="340" x="1464" y="1090" as="geometry" />
        </mxCell>
        <mxCell id="M_GHA" parent="1" style="rounded=1;whiteSpace=wrap;html=1;fillColor=#FFFFFF;strokeColor=#FDE68A;fontColor=#0F172A;fontSize=9.5;align=left;spacingLeft=8;" value="🤖 GitHub Actions cron&#xa;live-health-canary(합성 모니터링,20분) 등" vertex="1">
          <mxGeometry height="46" width="376" x="1820" y="1090" as="geometry" />
        </mxCell>
        <mxCell id="MON_NOTE" parent="1" style="text;html=1;whiteSpace=wrap;align=left;verticalAlign=middle;fontSize=9.5;fontColor=#B45309;" value="💡 리소스 에러 0인데 사용자 관점 고장(Cognito 드리프트 등)은 CloudWatch가 못 잡음 — live-health-canary가 실 SPA·API를 직접 curl해서 보완" vertex="1">
          <mxGeometry height="20" width="1600" x="40" y="1160" as="geometry" />
        </mxCell>
        <mxCell id="LEG1" parent="1" style="text;html=1;align=left;verticalAlign=middle;fontSize=10;fontColor=#475569;" value="컴퓨트(EKS·λ·EC2)" vertex="1">
          <mxGeometry height="18" width="160" x="60" y="1210" as="geometry" />
        </mxCell>
        <mxCell id="LEG1SW" parent="1" style="rounded=0;whiteSpace=wrap;html=1;fillColor=#ED7100;strokeColor=none;" value="" vertex="1">
          <mxGeometry height="14" width="14" x="40" y="1212" as="geometry" />
        </mxCell>
        <mxCell id="LEG2" parent="1" style="text;html=1;align=left;verticalAlign=middle;fontSize=10;fontColor=#475569;" value="데이터베이스(RDS·pgvector)" vertex="1">
          <mxGeometry height="18" width="200" x="220" y="1210" as="geometry" />
        </mxCell>
        <mxCell id="LEG2SW" parent="1" style="rounded=0;whiteSpace=wrap;html=1;fillColor=#3334B9;strokeColor=none;" value="" vertex="1">
          <mxGeometry height="14" width="14" x="200" y="1212" as="geometry" />
        </mxCell>
        <mxCell id="LEG3" parent="1" style="text;html=1;align=left;verticalAlign=middle;fontSize=10;fontColor=#475569;" value="스토리지(S3)" vertex="1">
          <mxGeometry height="18" width="120" x="440" y="1210" as="geometry" />
        </mxCell>
        <mxCell id="LEG3SW" parent="1" style="rounded=0;whiteSpace=wrap;html=1;fillColor=#569A31;strokeColor=none;" value="" vertex="1">
          <mxGeometry height="14" width="14" x="420" y="1212" as="geometry" />
        </mxCell>
        <mxCell id="LEG4" parent="1" style="text;html=1;align=left;verticalAlign=middle;fontSize=10;fontColor=#475569;" value="네트워크(VPC·ALB·CF)" vertex="1">
          <mxGeometry height="18" width="170" x="580" y="1210" as="geometry" />
        </mxCell>
        <mxCell id="LEG4SW" parent="1" style="rounded=0;whiteSpace=wrap;html=1;fillColor=#8C4FFF;strokeColor=none;" value="" vertex="1">
          <mxGeometry height="14" width="14" x="560" y="1212" as="geometry" />
        </mxCell>
        <mxCell id="LEG5" parent="1" style="text;html=1;align=left;verticalAlign=middle;fontSize=10;fontColor=#475569;" value="보안(스캐너·IAM·WAF·Cognito)" vertex="1">
          <mxGeometry height="18" width="220" x="790" y="1210" as="geometry" />
        </mxCell>
        <mxCell id="LEG5SW" parent="1" style="rounded=0;whiteSpace=wrap;html=1;fillColor=#DD344C;strokeColor=none;" value="" vertex="1">
          <mxGeometry height="14" width="14" x="770" y="1212" as="geometry" />
        </mxCell>
        <mxCell id="LEG6" parent="1" style="text;html=1;align=left;verticalAlign=middle;fontSize=10;fontColor=#475569;" value="통합(EventBridge·SQS·SFn)" vertex="1">
          <mxGeometry height="18" width="200" x="1030" y="1210" as="geometry" />
        </mxCell>
        <mxCell id="LEG6SW" parent="1" style="rounded=0;whiteSpace=wrap;html=1;fillColor=#E7157B;strokeColor=none;" value="" vertex="1">
          <mxGeometry height="14" width="14" x="1010" y="1212" as="geometry" />
        </mxCell>
        <mxCell id="LEG7" parent="1" style="text;html=1;align=left;verticalAlign=middle;fontSize=10;fontColor=#475569;" value="AI(Bedrock·RAG)" vertex="1">
          <mxGeometry height="18" width="150" x="1230" y="1210" as="geometry" />
        </mxCell>
        <mxCell id="LEG7SW" parent="1" style="rounded=0;whiteSpace=wrap;html=1;fillColor=#01A88D;strokeColor=none;" value="" vertex="1">
          <mxGeometry height="14" width="14" x="1210" y="1212" as="geometry" />
        </mxCell>
        <mxCell id="LEG8" parent="1" style="text;html=1;align=left;verticalAlign=middle;fontSize=10;fontColor=#475569;" value="Azure(Entra)" vertex="1">
          <mxGeometry height="18" width="120" x="1380" y="1210" as="geometry" />
        </mxCell>
        <mxCell id="LEG8SW" parent="1" style="rounded=0;whiteSpace=wrap;html=1;fillColor=#0078D4;strokeColor=none;" value="" vertex="1">
          <mxGeometry height="14" width="14" x="1360" y="1212" as="geometry" />
        </mxCell>
        <mxCell id="LEG10" parent="1" style="text;html=1;align=left;verticalAlign=middle;fontSize=10;fontColor=#DC2626;" value="━ 결함/공격 흐름" vertex="1">
          <mxGeometry height="18" width="150" x="1790" y="1210" as="geometry" />
        </mxCell>
        <mxCell id="LEG11" parent="1" style="text;html=1;align=left;verticalAlign=middle;fontSize=10;fontColor=#0E9F6E;" value="━ 에이전틱(tool-use)" vertex="1">
          <mxGeometry height="18" width="180" x="1950" y="1210" as="geometry" />
        </mxCell>
        <mxCell id="LEG_FOOT" parent="1" style="text;html=1;align=left;verticalAlign=middle;fontSize=10;fontColor=#94A3B8;" value="f1~f8 = 의도적 결함(target-app-design) · 2026-07-09 기준 — 라이브 실측 반영" vertex="1">
          <mxGeometry height="18" width="700" x="40" y="1234" as="geometry" />
        </mxCell>
      </root>
    </mxGraphModel>
  </diagram>
</mxfile>
